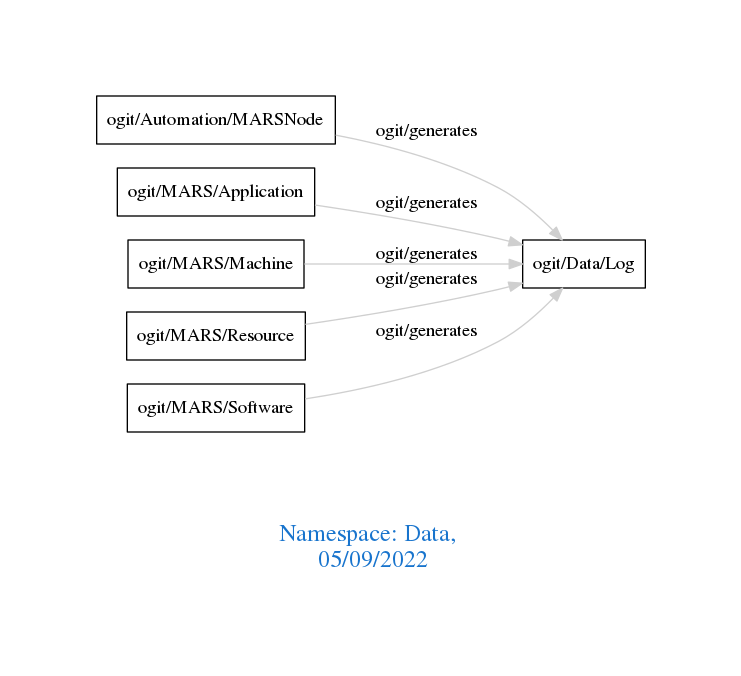
Before: downloads/Data.png, a diagram exported from Graphviz (arago/OGIT). Its source is kept beside it as downloads/Data.dot.
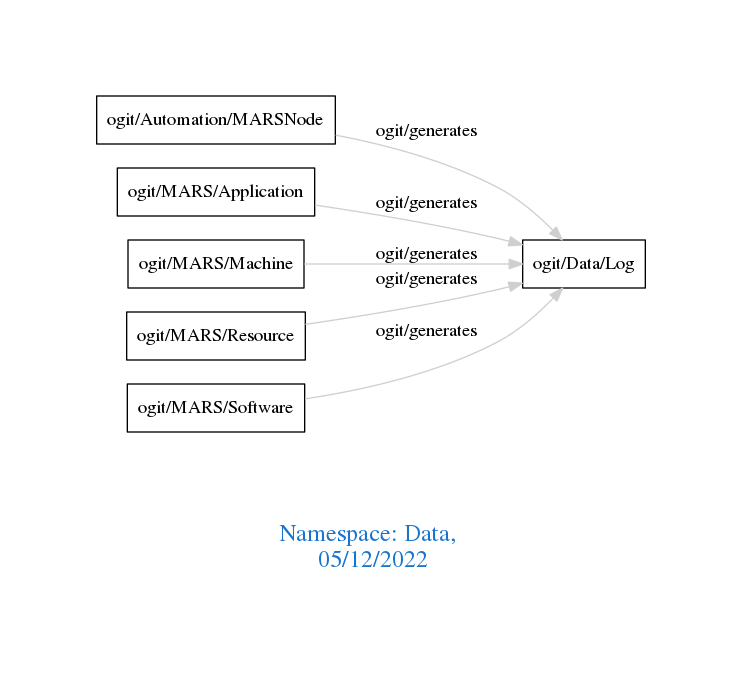
Above is the later version.

Change to the diagram source:
```diff
@@ -1,7 +1,7 @@
 digraph OGIT_ontology {
  graph [ rankdir= LR,pad=1
 fontsize = 18,
-fontcolor= dodgerblue3,label = "\n\n\nNamespace: Data, \n 05/09/2022"];
+fontcolor= dodgerblue3,label = "\n\n\nNamespace: Data, \n 05/12/2022"];
 node[shape=polygon];
 edge [  color="gray81"];
 
```
